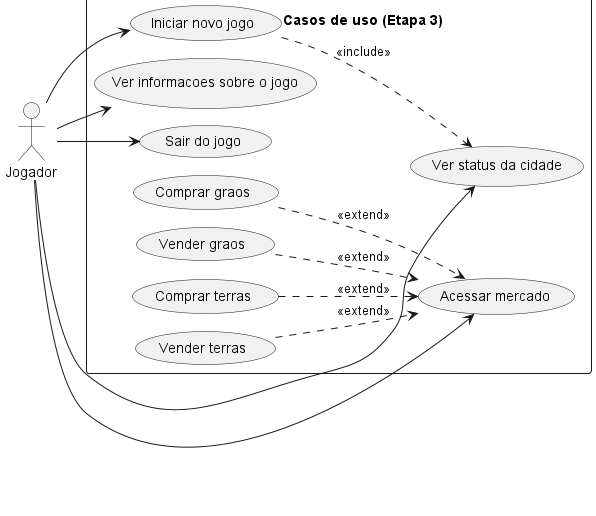
This is casos-de-uso/diagrama-casos-de-uso.png from JoaoPauloQC/bolonha-milano, a PlantUML export, as it was before one commit.
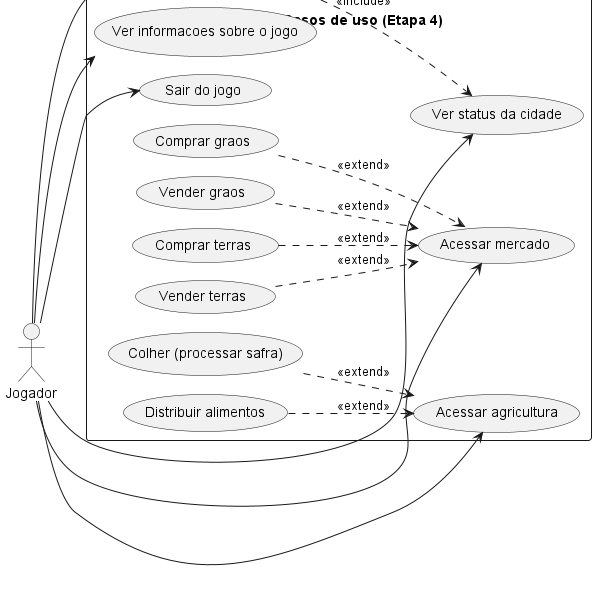
The same file after the commit.

Commit message:
etapa 4: diagramas atualizados

What changed in the source:
```diff
@@ -1,6 +1,6 @@
 @startuml diagrama-casos-de-uso
 !pragma layout smetana
-title Bolonha e Milano - Casos de uso (Etapa 3)
+title Bolonha e Milano - Casos de uso (Etapa 4)
 left to right direction
 
 actor Jogador
@@ -9,6 +9,7 @@
   usecase "Iniciar novo jogo" as UC1
   usecase "Ver status da cidade" as UC2
   usecase "Acessar mercado" as UC3
+  usecase "Acessar agricultura" as UC4
   usecase "Ver informacoes sobre o jogo" as UC9
   usecase "Sair do jogo" as UC10
 
@@ -16,11 +17,15 @@
   usecase "Vender graos" as M2
   usecase "Comprar terras" as M3
   usecase "Vender terras" as M4
+
+  usecase "Colher (processar safra)" as A1
+  usecase "Distribuir alimentos" as A2
 }
 
 Jogador --> UC1
 Jogador --> UC2
 Jogador --> UC3
+Jogador --> UC4
 Jogador --> UC9
 Jogador --> UC10
 UC1 ..> UC2 : <<include>>
@@ -29,4 +34,7 @@
 M2 ..> UC3 : <<extend>>
 M3 ..> UC3 : <<extend>>
 M4 ..> UC3 : <<extend>>
+
+A1 ..> UC4 : <<extend>>
+A2 ..> UC4 : <<extend>>
 @enduml
```
